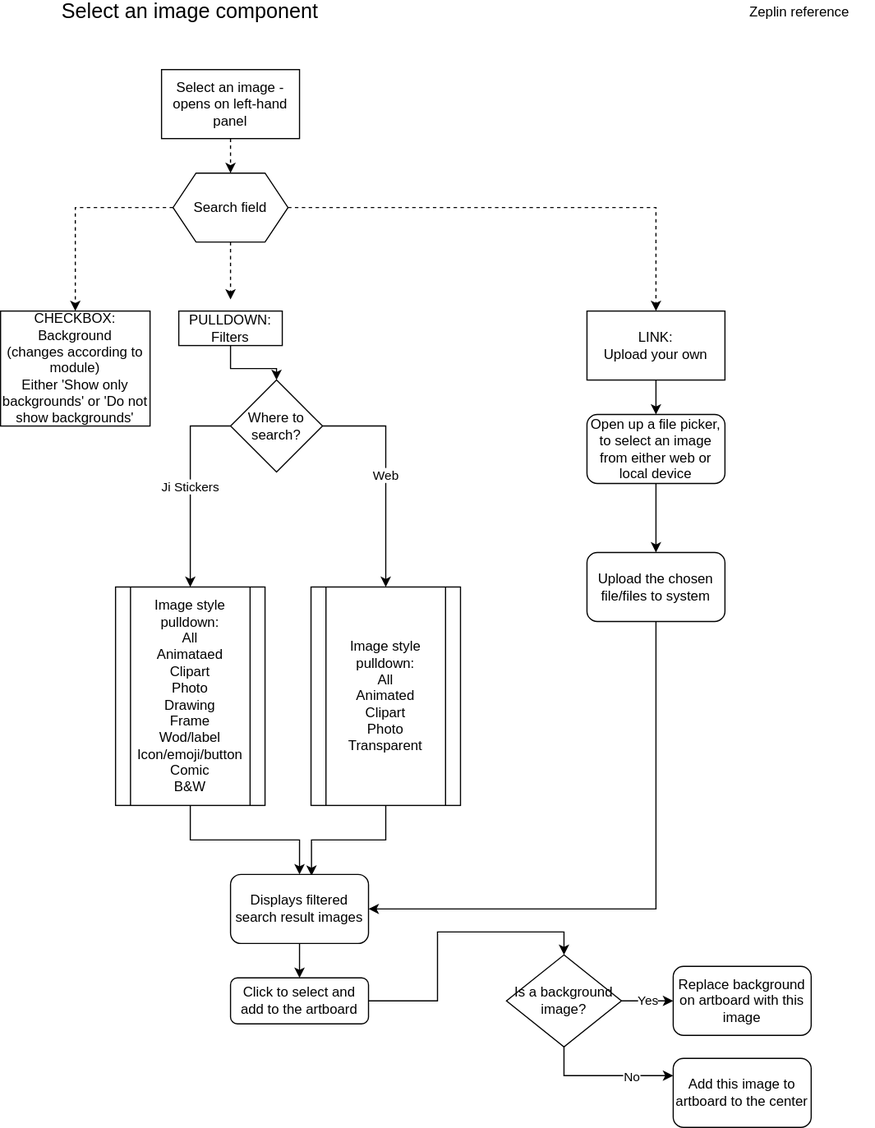
ji-devs/ji-cloud-flowcharts keeps this draw.io diagram as modules/components/select-image.drawio.svg. Above is the earlier version. Source tidied: cells renumbered, new cells last; positions are measured from the earlier drawing's top-left corner, leaving out a move shared by most shapes.
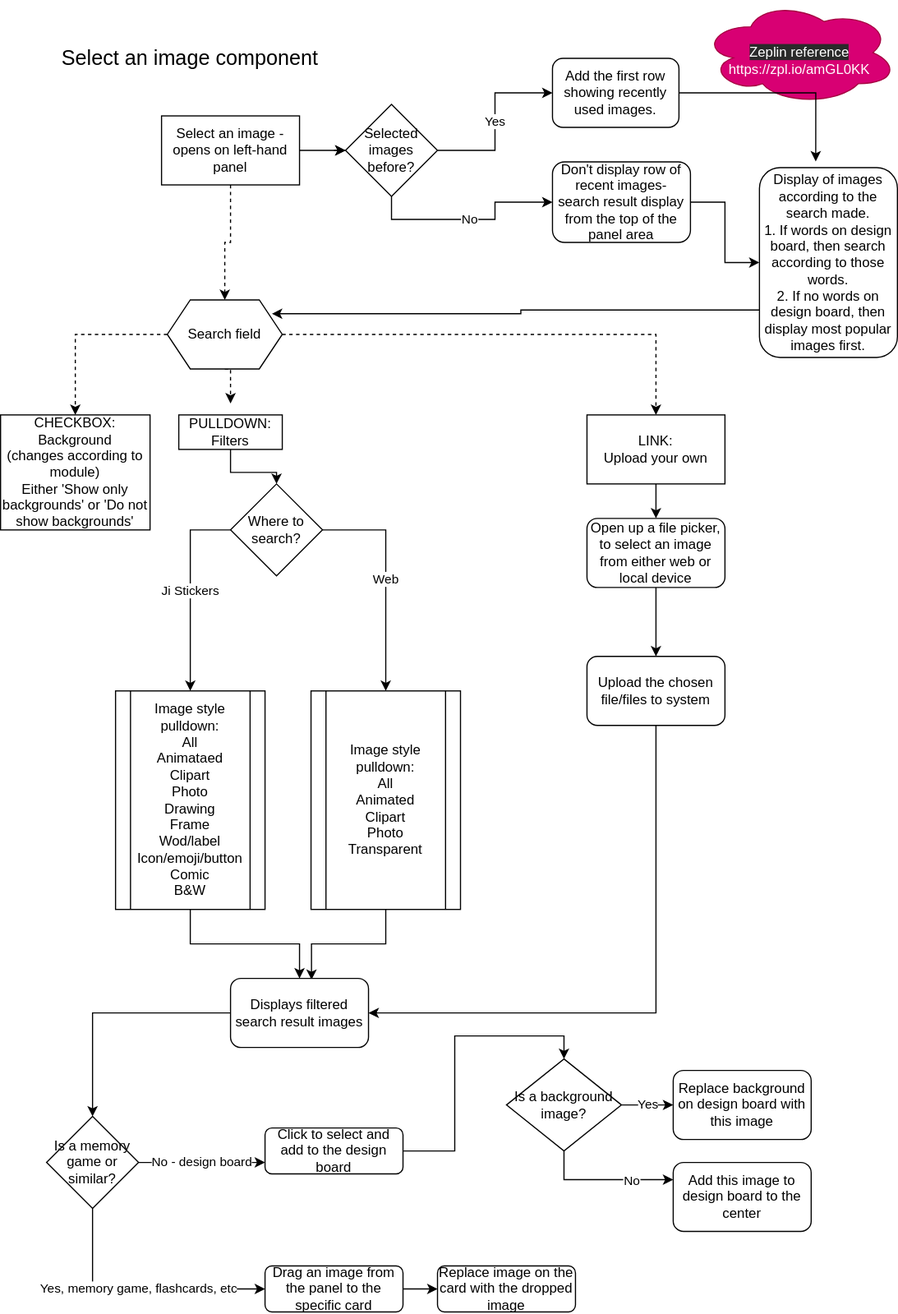
After the change.

What changed in the source:
```diff
@@ -28,7 +28,7 @@
       <mxGeometry x="270" y="510" width="130" height="190" as="geometry" />
     </mxCell>
     <mxCell id="9" value="&lt;font style=&quot;font-size: 18px&quot;&gt;Select an image component&lt;/font&gt;" style="text;html=1;strokeColor=none;fillColor=none;align=center;verticalAlign=middle;whiteSpace=wrap;rounded=0;" parent="1" vertex="1">
-      <mxGeometry x="30" width="270" height="20" as="geometry" />
+      <mxGeometry x="30" y="-50" width="270" height="20" as="geometry" />
     </mxCell>
     <mxCell id="10" style="edgeStyle=orthogonalEdgeStyle;rounded=0;jettySize=auto;html=1;dashed=1;exitX=0;exitY=0.5;exitDx=0;exitDy=0;" parent="1" edge="1" source="16" target="13">
       <mxGeometry relative="1" as="geometry" />
@@ -36,8 +36,17 @@
     <mxCell id="11" style="edgeStyle=orthogonalEdgeStyle;rounded=0;jettySize=auto;html=1;exitX=0.5;exitY=1;exitDx=0;exitDy=0;entryX=0.5;entryY=0;entryDx=0;entryDy=0;dashed=1;" parent="1" edge="1" source="12" target="16">
       <mxGeometry relative="1" as="geometry" />
     </mxCell>
+    <mxCell id="36" style="edgeStyle=orthogonalEdgeStyle;rounded=0;jettySize=auto;html=1;entryX=0;entryY=0.5;entryDx=0;entryDy=0;" parent="1" edge="1" target="42">
+      <mxGeometry relative="1" as="geometry">
+        <mxPoint x="300" y="40" as="sourcePoint" />
+        <Array as="points">
+          <mxPoint x="290" y="40" />
+          <mxPoint x="290" y="40" />
+        </Array>
+      </mxGeometry>
+    </mxCell>
     <mxCell id="12" value="Select an image - opens on left-hand panel" style="rounded=0;whiteSpace=wrap;html=1;" parent="1" vertex="1">
-      <mxGeometry x="140" y="60" width="120" height="60" as="geometry" />
+      <mxGeometry x="140" y="10" width="120" height="60" as="geometry" />
     </mxCell>
     <mxCell id="13" value="CHECKBOX: Background &lt;br&gt;(changes according to module)&lt;br&gt;Either 'Show only backgrounds' or 'Do not show backgrounds'" style="rounded=0;whiteSpace=wrap;html=1;" parent="1" vertex="1">
       <mxGeometry y="270" width="130" height="100" as="geometry" />
@@ -51,7 +60,7 @@
       <mxGeometry relative="1" as="geometry" />
     </mxCell>
     <mxCell id="16" value="Search field" style="shape=hexagon;perimeter=hexagonPerimeter2;whiteSpace=wrap;html=1;fixedSize=1;" parent="1" vertex="1">
-      <mxGeometry x="150" y="150" width="100" height="60" as="geometry" />
+      <mxGeometry x="145" y="170" width="100" height="60" as="geometry" />
     </mxCell>
     <mxCell id="17" style="edgeStyle=orthogonalEdgeStyle;rounded=0;jettySize=auto;html=1;entryX=0.5;entryY=0;entryDx=0;entryDy=0;" parent="1" edge="1" source="18" target="4">
       <mxGeometry relative="1" as="geometry" />
@@ -68,7 +77,7 @@
     <mxCell id="21" value="LINK: &lt;br&gt;Upload your own" style="rounded=0;whiteSpace=wrap;html=1;" parent="1" vertex="1">
       <mxGeometry x="510" y="270" width="120" height="60" as="geometry" />
     </mxCell>
-    <mxCell id="22" style="edgeStyle=orthogonalEdgeStyle;rounded=0;jettySize=auto;html=1;entryX=0.5;entryY=0;entryDx=0;entryDy=0;" parent="1" edge="1" source="23" target="25">
+    <mxCell id="22" style="edgeStyle=orthogonalEdgeStyle;rounded=0;jettySize=auto;html=1;" parent="1" edge="1" source="23" target="50">
       <mxGeometry relative="1" as="geometry" />
     </mxCell>
     <mxCell id="23" value="Displays filtered search result images" style="rounded=1;whiteSpace=wrap;html=1;" parent="1" vertex="1">
@@ -77,8 +86,8 @@
     <mxCell id="24" style="edgeStyle=orthogonalEdgeStyle;rounded=0;jettySize=auto;html=1;entryX=0.5;entryY=0;entryDx=0;entryDy=0;" parent="1" edge="1" source="25" target="29">
       <mxGeometry relative="1" as="geometry" />
     </mxCell>
-    <mxCell id="25" value="Click to select and add to the artboard" style="rounded=1;whiteSpace=wrap;html=1;" parent="1" vertex="1">
-      <mxGeometry x="200" y="850" width="120" height="40" as="geometry" />
+    <mxCell id="25" value="Click to select and add to the design board" style="rounded=1;whiteSpace=wrap;html=1;" parent="1" vertex="1">
+      <mxGeometry x="230" y="890" width="120" height="40" as="geometry" />
     </mxCell>
     <mxCell id="26" value="Yes" style="edgeStyle=orthogonalEdgeStyle;rounded=0;jettySize=auto;html=1;entryX=0;entryY=0.5;entryDx=0;entryDy=0;" parent="1" edge="1" source="29" target="30">
       <mxGeometry relative="1" as="geometry" />
@@ -92,10 +101,10 @@
     <mxCell id="29" value="Is a background image?" style="rhombus;whiteSpace=wrap;html=1;" parent="1" vertex="1">
       <mxGeometry x="440" y="830" width="100" height="80" as="geometry" />
     </mxCell>
-    <mxCell id="30" value="Replace background on artboard with this image" style="rounded=1;whiteSpace=wrap;html=1;" parent="1" vertex="1">
+    <mxCell id="30" value="Replace background on design board with this image" style="rounded=1;whiteSpace=wrap;html=1;" parent="1" vertex="1">
       <mxGeometry x="585" y="840" width="120" height="60" as="geometry" />
     </mxCell>
-    <mxCell id="31" value="Add this image to artboard to the center" style="rounded=1;whiteSpace=wrap;html=1;" parent="1" vertex="1">
+    <mxCell id="31" value="Add this image to design board to the center" style="rounded=1;whiteSpace=wrap;html=1;" parent="1" vertex="1">
       <mxGeometry x="585" y="920" width="120" height="60" as="geometry" />
     </mxCell>
     <mxCell id="32" style="edgeStyle=orthogonalEdgeStyle;rounded=0;jettySize=auto;html=1;entryX=0.5;entryY=0;entryDx=0;entryDy=0;" parent="1" edge="1" source="33" target="34">
@@ -107,8 +116,60 @@
     <mxCell id="34" value="Upload the chosen file/files to system" style="rounded=1;whiteSpace=wrap;html=1;" parent="1" vertex="1">
       <mxGeometry x="510" y="480" width="120" height="60" as="geometry" />
     </mxCell>
-    <mxCell id="35" value="Zeplin reference" style="text;html=1;strokeColor=none;fillColor=none;align=center;verticalAlign=middle;whiteSpace=wrap;rounded=0;" parent="1" vertex="1">
-      <mxGeometry x="630" width="130" height="20" as="geometry" />
-    </mxCell>
+    <mxCell id="37" value="&lt;br&gt;&lt;span style=&quot;color: rgb(255 , 255 , 255) ; font-family: &amp;#34;helvetica&amp;#34; ; font-size: 12px ; font-style: normal ; font-weight: 400 ; letter-spacing: normal ; text-align: center ; text-indent: 0px ; text-transform: none ; word-spacing: 0px ; background-color: rgb(42 , 42 , 42) ; display: inline ; float: none&quot;&gt;Zeplin reference&lt;br&gt;&lt;/span&gt;https://zpl.io/amGL0KK" style="ellipse;shape=cloud;whiteSpace=wrap;html=1;fillColor=#d80073;strokeColor=#A50040;fontColor=#ffffff;" parent="1" vertex="1">
+      <mxGeometry x="610" y="-90" width="170" height="90" as="geometry" />
+    </mxCell>
+    <mxCell id="38" style="edgeStyle=orthogonalEdgeStyle;rounded=0;jettySize=auto;html=1;entryX=0.408;entryY=-0.033;entryDx=0;entryDy=0;entryPerimeter=0;" parent="1" edge="1" source="39" target="47">
+      <mxGeometry relative="1" as="geometry" />
+    </mxCell>
+    <mxCell id="39" value="Add the first row showing recently used images." style="rounded=1;whiteSpace=wrap;html=1;" parent="1" vertex="1">
+      <mxGeometry x="480" y="-40" width="110" height="60" as="geometry" />
+    </mxCell>
+    <mxCell id="40" value="Yes" style="edgeStyle=orthogonalEdgeStyle;rounded=0;jettySize=auto;html=1;entryX=0;entryY=0.5;entryDx=0;entryDy=0;" parent="1" edge="1" source="42" target="39">
+      <mxGeometry relative="1" as="geometry" />
+    </mxCell>
+    <mxCell id="41" value="No" style="edgeStyle=orthogonalEdgeStyle;rounded=0;jettySize=auto;html=1;exitX=0.5;exitY=1;exitDx=0;exitDy=0;entryX=0;entryY=0.5;entryDx=0;entryDy=0;" parent="1" edge="1" source="42" target="45">
+      <mxGeometry relative="1" as="geometry" />
+    </mxCell>
+    <mxCell id="42" value="Selected images before?" style="rhombus;whiteSpace=wrap;html=1;" parent="1" vertex="1">
+      <mxGeometry x="300" width="80" height="80" as="geometry" />
+    </mxCell>
+    <mxCell id="43" style="edgeStyle=orthogonalEdgeStyle;rounded=0;jettySize=auto;html=1;" parent="1" edge="1" source="12" target="42">
+      <mxGeometry relative="1" as="geometry" />
+    </mxCell>
+    <mxCell id="44" style="edgeStyle=orthogonalEdgeStyle;rounded=0;jettySize=auto;html=1;entryX=0;entryY=0.5;entryDx=0;entryDy=0;" parent="1" edge="1" source="45" target="47">
+      <mxGeometry relative="1" as="geometry" />
+    </mxCell>
+    <mxCell id="45" value="Don't display row of recent images- search result display from the top of the panel area" style="rounded=1;whiteSpace=wrap;html=1;" parent="1" vertex="1">
+      <mxGeometry x="480" y="50" width="120" height="70" as="geometry" />
+    </mxCell>
+    <mxCell id="46" style="edgeStyle=orthogonalEdgeStyle;rounded=0;jettySize=auto;html=1;entryX=0.91;entryY=0.2;entryDx=0;entryDy=0;entryPerimeter=0;exitX=0;exitY=0.75;exitDx=0;exitDy=0;" parent="1" edge="1" source="47" target="16">
+      <mxGeometry relative="1" as="geometry" />
+    </mxCell>
+    <mxCell id="47" value="Display of images according to the search made.&lt;br&gt;1. If words on design board, then search according to those words.&lt;br&gt;2. If no words on design board, then display most popular images first." style="rounded=1;whiteSpace=wrap;html=1;" parent="1" vertex="1">
+      <mxGeometry x="660" y="55" width="120" height="165" as="geometry" />
+    </mxCell>
+    <mxCell id="48" value="No - design board" style="edgeStyle=orthogonalEdgeStyle;rounded=0;jettySize=auto;html=1;entryX=0;entryY=0.75;entryDx=0;entryDy=0;" parent="1" edge="1" source="50" target="25">
+      <mxGeometry relative="1" as="geometry" />
+    </mxCell>
+    <mxCell id="49" value="Yes, memory game, flashcards, etc" style="edgeStyle=orthogonalEdgeStyle;rounded=0;jettySize=auto;html=1;" parent="1" edge="1" source="50" target="52">
+      <mxGeometry relative="1" as="geometry">
+        <Array as="points">
+          <mxPoint x="80" y="1030" />
+        </Array>
+      </mxGeometry>
+    </mxCell>
+    <mxCell id="50" value="Is a memory game or similar?" style="rhombus;whiteSpace=wrap;html=1;" parent="1" vertex="1">
+      <mxGeometry x="40" y="880" width="80" height="80" as="geometry" />
+    </mxCell>
+    <mxCell id="51" style="edgeStyle=orthogonalEdgeStyle;rounded=0;jettySize=auto;html=1;entryX=0;entryY=0.5;entryDx=0;entryDy=0;" parent="1" edge="1" source="52" target="53">
+      <mxGeometry relative="1" as="geometry" />
+    </mxCell>
+    <mxCell id="52" value="Drag an image from the panel to the specific card" style="rounded=1;whiteSpace=wrap;html=1;" parent="1" vertex="1">
+      <mxGeometry x="230" y="1010" width="120" height="40" as="geometry" />
+    </mxCell>
+    <mxCell id="53" value="Replace image on the card with the dropped image" style="rounded=1;whiteSpace=wrap;html=1;" parent="1" vertex="1">
+      <mxGeometry x="380" y="1010" width="120" height="40" as="geometry" />
+    </mxCell>
   </root>
 </mxGraphModel>
```
